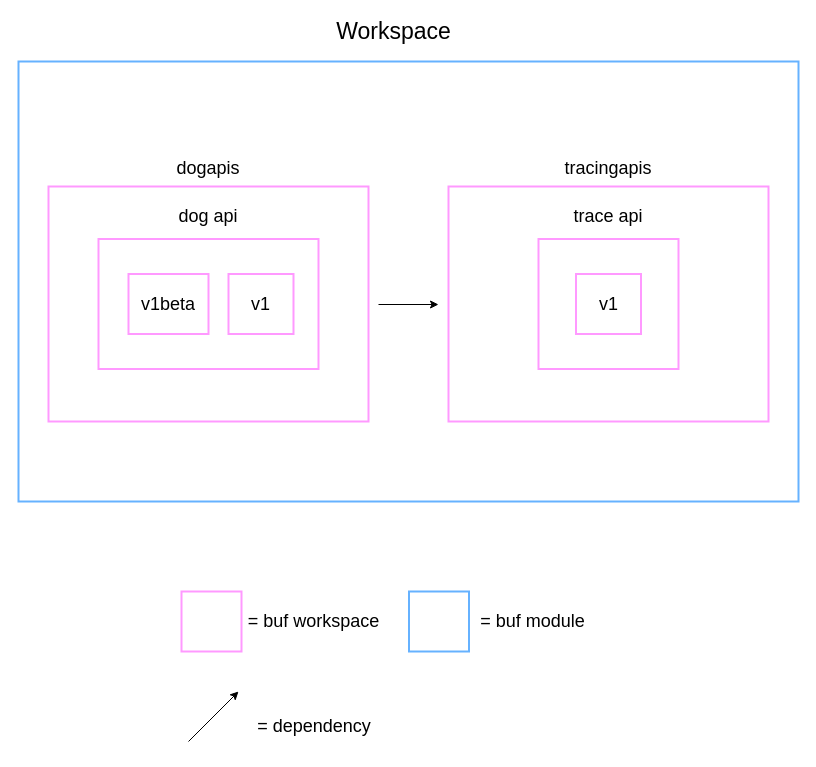
This is proto/structure.drawio from wdfinch/buf-demo, a draw.io file, before an edit. Source tidied: cells renumbered, new cells numbered last; positions are measured from the earlier drawing's top-left corner, leaving out a move shared by most shapes. Both pictures are drawn from the tidied source at 100%, with x=0, y=0 at pixel (18, 21).
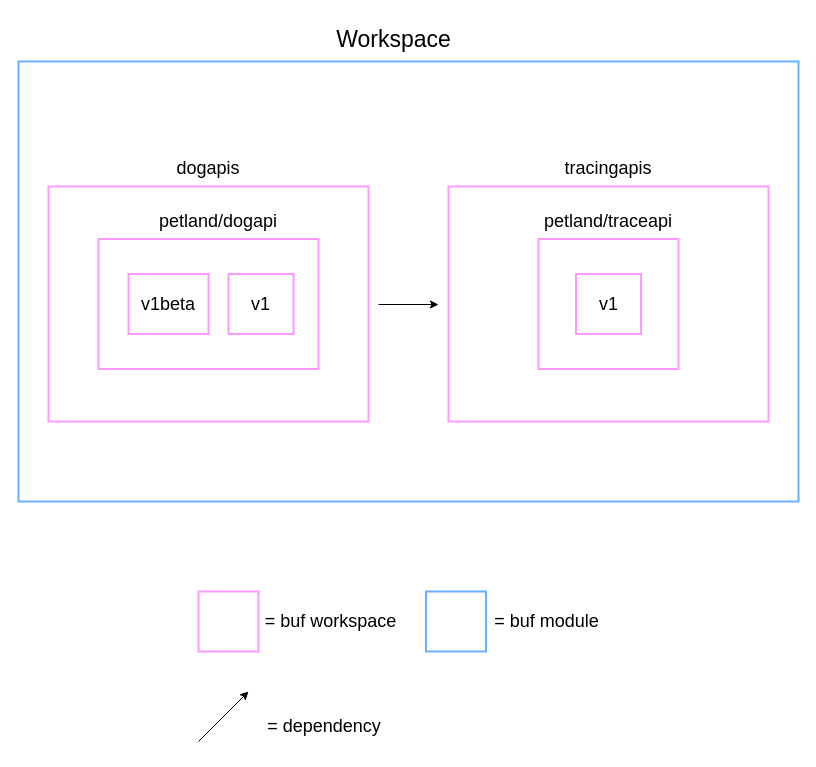
The same page after the edit.

The edit, as a diff of the source:
```diff
@@
     <mxCell id="3" value="&lt;font style=&quot;font-size: 23px&quot;&gt;Workspace&lt;/font&gt;" style="text;html=1;align=center;verticalAlign=middle;strokeColor=none;fillColor=none;" parent="1" vertex="1">
-      <mxGeometry x="310" width="130" height="20" as="geometry" />
+      <mxGeometry x="310" y="8" width="130" height="20" as="geometry" />
     </mxCell>
@@
-    <mxCell id="8" value="dog api" style="text;html=1;strokeColor=none;fillColor=none;align=center;verticalAlign=middle;whiteSpace=wrap;rounded=0;fontSize=18;" parent="1" vertex="1">
-      <mxGeometry x="135" y="180" width="110" height="30" as="geometry" />
+    <mxCell id="8" value="petland/dogapi" style="text;html=1;strokeColor=none;fillColor=none;align=center;verticalAlign=middle;whiteSpace=wrap;rounded=0;fontSize=18;" parent="1" vertex="1">
+      <mxGeometry x="125" y="185" width="150" height="30" as="geometry" />
     </mxCell>
@@
-    <mxCell id="14" value="trace api" style="text;html=1;strokeColor=none;fillColor=none;align=center;verticalAlign=middle;whiteSpace=wrap;rounded=0;fontSize=18;" parent="1" vertex="1">
-      <mxGeometry x="535" y="180" width="110" height="30" as="geometry" />
+    <mxCell id="14" value="petland/traceapi" style="text;html=1;strokeColor=none;fillColor=none;align=center;verticalAlign=middle;whiteSpace=wrap;rounded=0;fontSize=18;" parent="1" vertex="1">
+      <mxGeometry x="520" y="185" width="140" height="30" as="geometry" />
     </mxCell>
@@
     <mxCell id="16" style="rounded=0;whiteSpace=wrap;html=1;fontSize=18;strokeColor=#FF99FF;fillColor=none;strokeWidth=2;" parent="1" vertex="1">
-      <mxGeometry x="163" y="570" width="60" height="60" as="geometry" />
+      <mxGeometry x="180" y="570" width="60" height="60" as="geometry" />
     </mxCell>
     <mxCell id="17" value="= buf workspace" style="text;html=1;strokeColor=none;fillColor=none;align=center;verticalAlign=middle;whiteSpace=wrap;rounded=0;fontSize=18;" parent="1" vertex="1">
-      <mxGeometry x="223" y="585" width="145" height="30" as="geometry" />
+      <mxGeometry x="240" y="585" width="145" height="30" as="geometry" />
     </mxCell>
     <mxCell id="18" style="rounded=0;whiteSpace=wrap;html=1;fontSize=18;strokeColor=#66B2FF;fillColor=none;strokeWidth=2;" parent="1" vertex="1">
-      <mxGeometry x="390.5" y="570" width="60" height="60" as="geometry" />
+      <mxGeometry x="407.5" y="570" width="60" height="60" as="geometry" />
     </mxCell>
     <mxCell id="19" value="= buf module" style="text;html=1;strokeColor=none;fillColor=none;align=center;verticalAlign=middle;whiteSpace=wrap;rounded=0;fontSize=18;" parent="1" vertex="1">
-      <mxGeometry x="442" y="585" width="145" height="30" as="geometry" />
+      <mxGeometry x="456" y="585" width="145" height="30" as="geometry" />
     </mxCell>
     <mxCell id="20" style="endArrow=classic;html=1;fontSize=18;" parent="1" edge="1">
       <mxGeometry relative="1" as="geometry">
-        <mxPoint x="170" y="720" as="sourcePoint" />
-        <mxPoint x="220" y="670" as="targetPoint" />
+        <mxPoint x="180" y="720" as="sourcePoint" />
+        <mxPoint x="230" y="670" as="targetPoint" />
       </mxGeometry>
     </mxCell>
     <mxCell id="21" value="= dependency" style="text;html=1;strokeColor=none;fillColor=none;align=center;verticalAlign=middle;whiteSpace=wrap;rounded=0;fontSize=18;" parent="1" vertex="1">
-      <mxGeometry x="230.5" y="690" width="130" height="30" as="geometry" />
+      <mxGeometry x="240.5" y="690" width="130" height="30" as="geometry" />
     </mxCell>
```
